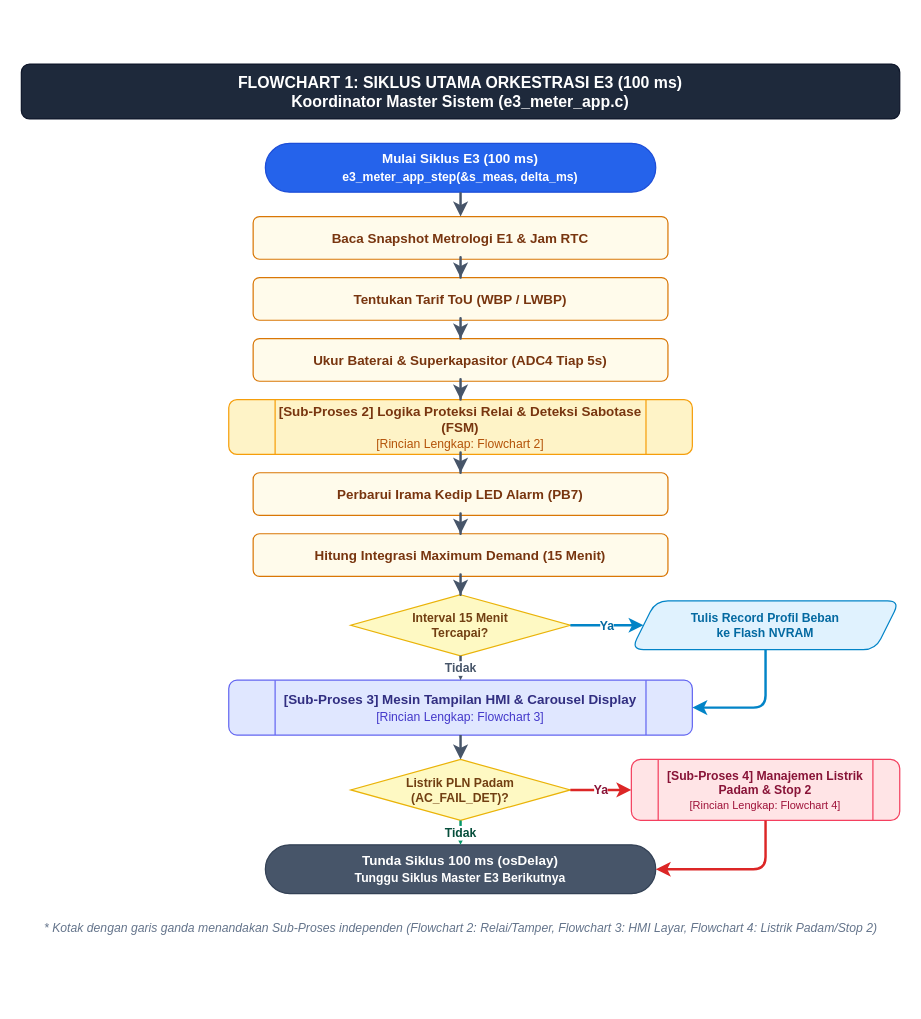
Earlier version of the draw.io diagram page "1. Siklus Utama E3 (100ms)" (1 of 4) of docs/e3_modular_flowcharts.drawio (Kevla27/ALLIN). Source tidied: cells renumbered, new cells numbered last; positions are measured from the earlier drawing's top-left corner, leaving out a move shared by most shapes. Both pictures are drawn from the tidied source at 122%, with x=0, y=0 at pixel (21, 63).
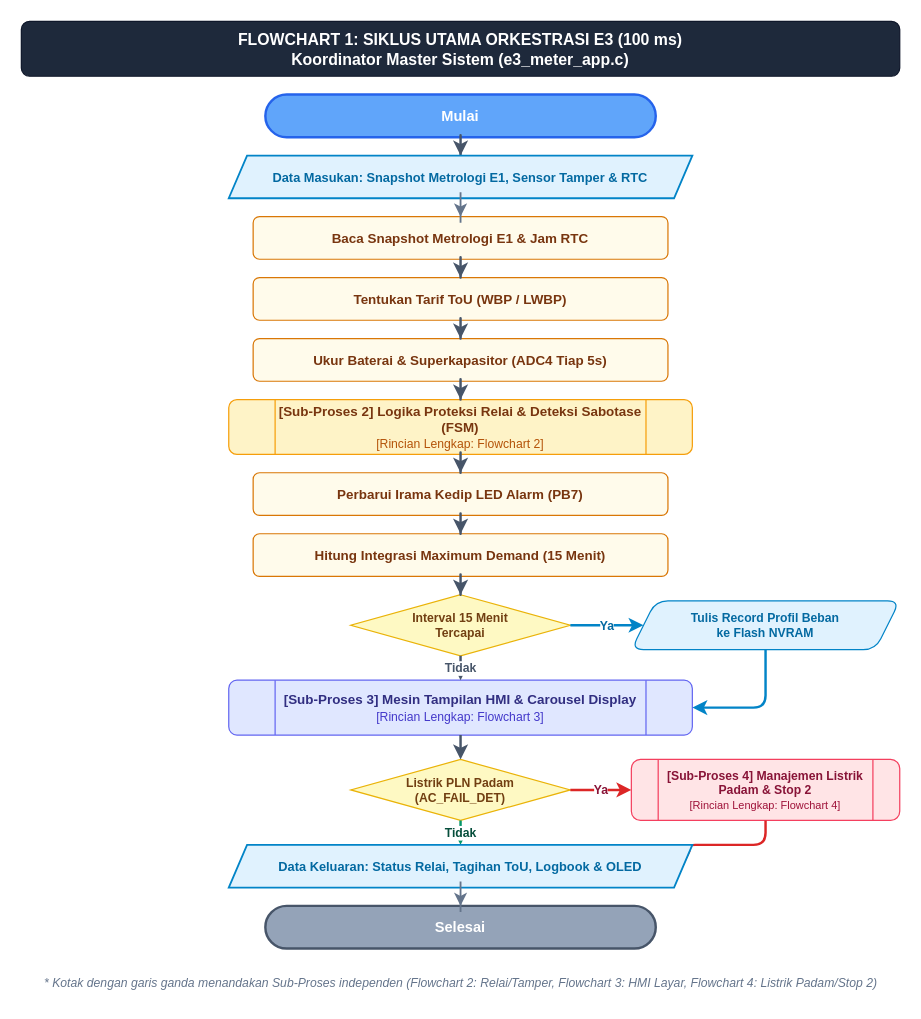
Above is the later version.

Commit message (it also covers changes not shown here):
docs(flowchart): update e3_modular_flowcharts Tab 1..4 dengan Mulai, Selesai, Jajar Genjang I/O, dan tanpa tanda tanya di decision

Unchanged cells that the change refers to:
```xml
<mxCell id="4" value="&lt;b&gt;Baca Snapshot Metrologi E1 &amp;amp; Jam RTC&lt;/b&gt;" style="rounded=1;whiteSpace=wrap;html=1;fillColor=#fffbeb;strokeColor=#d97706;fontColor=#78350f;fontSize=11;align=center;" parent="1" vertex="1">
  <mxGeometry x="190" y="125" width="340" height="35" as="geometry" />
</mxCell>
<mxCell id="14" value="&lt;b&gt;[Sub-Proses 4] Manajemen Listrik Padam &amp;amp; Stop 2&lt;/b&gt;&lt;br/&gt;&lt;font style=&quot;font-size:9px;color:#9f1239;&quot;&gt;[Rincian Lengkap: Flowchart 4]&lt;/font&gt;" style="shape=process;backgroundOutline=1;rounded=1;whiteSpace=wrap;html=1;fillColor=#ffe4e6;strokeColor=#f43f5e;fontColor=#881337;fontSize=10;align=center;" parent="1" vertex="1">
  <mxGeometry x="500" y="570" width="220" height="50" as="geometry" />
</mxCell>
```

What changed in the source:
```diff
@@
     <mxCell id="2" value="&lt;b&gt;FLOWCHART 1: SIKLUS UTAMA ORKESTRASI E3 (100 ms)&lt;/b&gt;&lt;br/&gt;Koordinator Master Sistem (e3_meter_app.c)" style="rounded=1;whiteSpace=wrap;html=1;fillColor=#1e293b;strokeColor=#0f172a;fontColor=#ffffff;fontStyle=1;fontSize=13;align=center;" parent="1" vertex="1">
-      <mxGeometry width="720" height="45" as="geometry" />
+      <mxGeometry y="-35" width="720" height="45" as="geometry" />
     </mxCell>
-    <mxCell id="3" value="&lt;b&gt;Mulai Siklus E3 (100 ms)&lt;/b&gt;&lt;br/&gt;&lt;font style=&quot;font-size:10px;&quot;&gt;e3_meter_app_step(&amp;amp;s_meas, delta_ms)&lt;/font&gt;" style="rounded=1;arcSize=50;whiteSpace=wrap;html=1;fillColor=#2563eb;strokeColor=#1d4ed8;fontColor=#ffffff;fontStyle=1;fontSize=11;align=center;" parent="1" vertex="1">
-      <mxGeometry x="200" y="65" width="320" height="40" as="geometry" />
+    <mxCell id="3" value="&lt;b&gt;Mulai&lt;/b&gt;" style="rounded=1;arcSize=50;whiteSpace=wrap;html=1;fillColor=#60a5fa;strokeColor=#2563eb;strokeWidth=2;fontColor=#ffffff;fontSize=12;fontFamily=Helvetica;align=center;" parent="1" vertex="1">
+      <mxGeometry x="200" y="25" width="320" height="35" as="geometry" />
     </mxCell>
@@
-    <mxCell id="10" value="&lt;b&gt;Interval 15 Menit&lt;br/&gt;Tercapai?&lt;/b&gt;" style="rhombus;whiteSpace=wrap;html=1;fillColor=#fef9c3;strokeColor=#eab308;fontColor=#713f12;fontStyle=1;fontSize=10;align=center;" parent="1" vertex="1">
+    <mxCell id="10" value="&lt;b&gt;Interval 15 Menit&lt;br/&gt;Tercapai&lt;/b&gt;" style="rhombus;whiteSpace=wrap;html=1;fillColor=#fef9c3;strokeColor=#eab308;fontColor=#713f12;fontStyle=1;fontSize=10;align=center;" parent="1" vertex="1">
       <mxGeometry x="270" y="435" width="180" height="50" as="geometry" />
     </mxCell>
@@
-    <mxCell id="13" value="&lt;b&gt;Listrik PLN Padam&lt;br/&gt;(AC_FAIL_DET)?&lt;/b&gt;" style="rhombus;whiteSpace=wrap;html=1;fillColor=#fef9c3;strokeColor=#eab308;fontColor=#713f12;fontStyle=1;fontSize=10;align=center;" parent="1" vertex="1">
+    <mxCell id="13" value="&lt;b&gt;Listrik PLN Padam&lt;br/&gt;(AC_FAIL_DET)&lt;/b&gt;" style="rhombus;whiteSpace=wrap;html=1;fillColor=#fef9c3;strokeColor=#eab308;fontColor=#713f12;fontStyle=1;fontSize=10;align=center;" parent="1" vertex="1">
       <mxGeometry x="270" y="570" width="180" height="50" as="geometry" />
     </mxCell>
@@
-    <mxCell id="15" value="&lt;b&gt;Tunda Siklus 100 ms (osDelay)&lt;/b&gt;&lt;br/&gt;&lt;font style=&quot;font-size:10px;&quot;&gt;Tunggu Siklus Master E3 Berikutnya&lt;/font&gt;" style="rounded=1;arcSize=50;whiteSpace=wrap;html=1;fillColor=#475569;strokeColor=#334155;fontColor=#ffffff;fontStyle=1;fontSize=11;align=center;" parent="1" vertex="1">
-      <mxGeometry x="200" y="640" width="320" height="40" as="geometry" />
+    <mxCell id="15" value="&lt;b&gt;Selesai&lt;/b&gt;" style="rounded=1;arcSize=50;whiteSpace=wrap;html=1;fillColor=#94a3b8;strokeColor=#475569;strokeWidth=2;fontColor=#ffffff;fontSize=12;fontFamily=Helvetica;align=center;" parent="1" vertex="1">
+      <mxGeometry x="200" y="690" width="320" height="35" as="geometry" />
     </mxCell>
     <mxCell id="16" value="&lt;i&gt;* Kotak dengan garis ganda menandakan Sub-Proses independen (Flowchart 2: Relai/Tamper, Flowchart 3: HMI Layar, Flowchart 4: Listrik Padam/Stop 2)&lt;/i&gt;" style="text;html=1;align=center;verticalAlign=middle;fontSize=10;fontColor=#64748b;" parent="1" vertex="1">
-      <mxGeometry y="695" width="720" height="25" as="geometry" />
+      <mxGeometry y="740" width="720" height="25" as="geometry" />
     </mxCell>
-    <mxCell id="17" style="edgeStyle=orthogonalEdgeStyle;rounded=1;jettySize=auto;html=1;strokeColor=#475569;strokeWidth=2;endArrow=classic;endFill=1;" parent="1" edge="1" source="3" target="4">
+    <mxCell id="17" style="edgeStyle=orthogonalEdgeStyle;rounded=1;jettySize=auto;html=1;strokeColor=#475569;strokeWidth=2;endArrow=classic;endFill=1;" parent="1" edge="1" source="3" target="31">
       <mxGeometry relative="1" as="geometry" />
     </mxCell>
@@
-    <mxCell id="29" value="Tidak" style="edgeStyle=orthogonalEdgeStyle;rounded=1;jettySize=auto;html=1;strokeColor=#059669;strokeWidth=2;endArrow=classic;endFill=1;labelBackgroundColor=#ffffff;fontColor=#064e3b;fontStyle=1;fontSize=10;exitX=0.5;exitY=1;exitDx=0;exitDy=0;entryX=0.5;entryY=0;entryDx=0;entryDy=0;" parent="1" edge="1" source="13" target="15">
+    <mxCell id="29" value="Tidak" style="edgeStyle=orthogonalEdgeStyle;rounded=1;jettySize=auto;html=1;strokeColor=#059669;strokeWidth=2;endArrow=classic;endFill=1;labelBackgroundColor=#ffffff;fontColor=#064e3b;fontStyle=1;fontSize=10;exitX=0.5;exitY=1;exitDx=0;exitDy=0;entryX=0.5;entryY=0;entryDx=0;entryDy=0;" parent="1" edge="1" source="13" target="32">
       <mxGeometry relative="1" as="geometry" />
     </mxCell>
-    <mxCell id="30" style="edgeStyle=orthogonalEdgeStyle;rounded=1;jettySize=auto;html=1;strokeColor=#dc2626;strokeWidth=2;endArrow=classic;endFill=1;exitX=0.5;exitY=1;exitDx=0;exitDy=0;entryX=1;entryY=0.5;entryDx=0;entryDy=0;" parent="1" edge="1" source="14" target="15">
+    <mxCell id="30" style="edgeStyle=orthogonalEdgeStyle;rounded=1;jettySize=auto;html=1;strokeColor=#dc2626;strokeWidth=2;endArrow=classic;endFill=1;exitX=0.5;exitY=1;exitDx=0;exitDy=0;entryX=1;entryY=0.5;entryDx=0;entryDy=0;" parent="1" edge="1" source="14" target="32">
       <mxGeometry relative="1" as="geometry" />
     </mxCell>
+    <mxCell id="31" value="&lt;b&gt;Data Masukan: Snapshot Metrologi E1, Sensor Tamper &amp;amp; RTC&lt;/b&gt;" style="shape=parallelogram;perimeter=parallelogramPerimeter;fixedSize=1;size=15;whiteSpace=wrap;html=1;fillColor=#e0f2fe;strokeColor=#0284c7;strokeWidth=1.5;fontColor=#0369a1;fontSize=10.5;fontFamily=Helvetica;align=center;" parent="1" vertex="1">
+      <mxGeometry x="170" y="75" width="380" height="35" as="geometry" />
+    </mxCell>
+    <mxCell id="32" value="&lt;b&gt;Data Keluaran: Status Relai, Tagihan ToU, Logbook &amp;amp; OLED&lt;/b&gt;" style="shape=parallelogram;perimeter=parallelogramPerimeter;fixedSize=1;size=15;whiteSpace=wrap;html=1;fillColor=#e0f2fe;strokeColor=#0284c7;strokeWidth=1.5;fontColor=#0369a1;fontSize=10.5;fontFamily=Helvetica;align=center;" parent="1" vertex="1">
+      <mxGeometry x="170" y="640" width="380" height="35" as="geometry" />
+    </mxCell>
+    <mxCell id="33" style="edgeStyle=orthogonalEdgeStyle;rounded=0;jettySize=auto;html=1;strokeColor=#64748b;strokeWidth=1.5;endArrow=classic;endFill=1;" parent="1" edge="1" source="31" target="4">
+      <mxGeometry relative="1" as="geometry" />
+    </mxCell>
+    <mxCell id="34" style="edgeStyle=orthogonalEdgeStyle;rounded=0;jettySize=auto;html=1;strokeColor=#64748b;strokeWidth=1.5;endArrow=classic;endFill=1;" parent="1" edge="1" source="32" target="15">
+      <mxGeometry relative="1" as="geometry" />
+    </mxCell>
```
